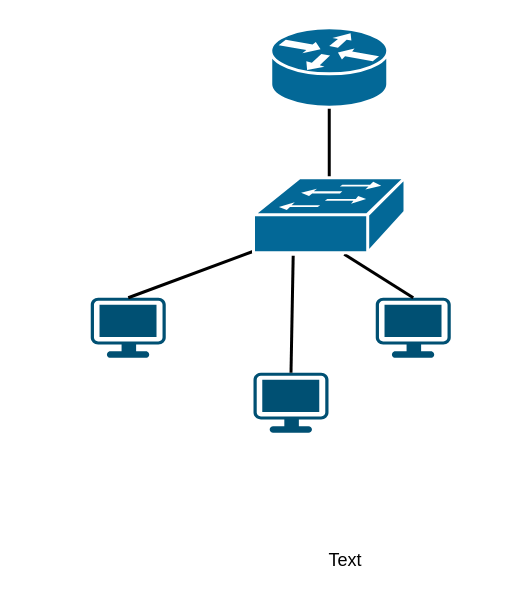
Earlier version of the draw.io diagram StartingOut.drawio (VanDaemon/NetworkDiagrams). Source tidied: cells renumbered, new cells numbered last; positions are measured from the earlier drawing's top-left corner, leaving out a move shared by most shapes. Both pictures are drawn from the tidied source at 150%, with x=0, y=0 at pixel (90, 27).
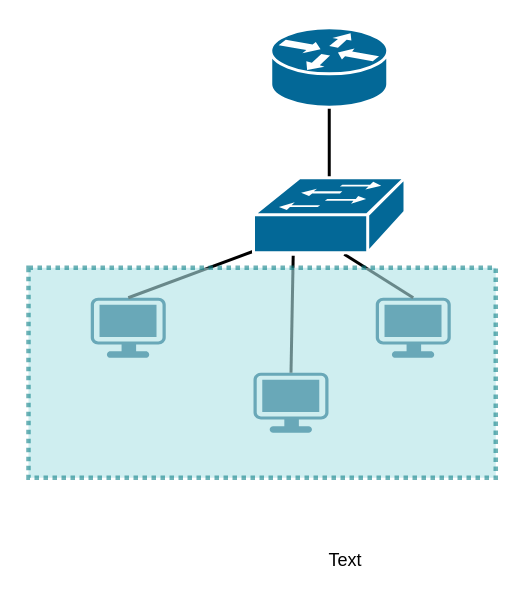
The same page after the edit.

Change to the diagram source:
```diff
@@
 <mxGraphModel>
   <root>
     <mxCell id="0" />
     <mxCell id="1" parent="0" />
     <mxCell id="2" style="points=[[0.03,0.03,0],[0.5,0,0],[0.97,0.03,0],[1,0.4,0],[0.97,0.745,0],[0.5,1,0],[0.03,0.745,0],[0,0.4,0]];verticalLabelPosition=bottom;sketch=0;html=1;verticalAlign=top;align=center;shape=mxgraph.cisco19.workstation;fillColor=#005073;strokeColor=none;" parent="1" vertex="1">
       <mxGeometry y="180" width="50" height="40" as="geometry" />
     </mxCell>
     <mxCell id="3" style="points=[[0.03,0.03,0],[0.5,0,0],[0.97,0.03,0],[1,0.4,0],[0.97,0.745,0],[0.5,1,0],[0.03,0.745,0],[0,0.4,0]];verticalLabelPosition=bottom;sketch=0;html=1;verticalAlign=top;align=center;shape=mxgraph.cisco19.workstation;fillColor=#005073;strokeColor=none;" parent="1" vertex="1">
       <mxGeometry x="108.5" y="230" width="50" height="40" as="geometry" />
     </mxCell>
     <mxCell id="4" style="points=[[0.03,0.03,0],[0.5,0,0],[0.97,0.03,0],[1,0.4,0],[0.97,0.745,0],[0.5,1,0],[0.03,0.745,0],[0,0.4,0]];verticalLabelPosition=bottom;sketch=0;html=1;verticalAlign=top;align=center;shape=mxgraph.cisco19.workstation;fillColor=#005073;strokeColor=none;" parent="1" vertex="1">
       <mxGeometry x="190" y="180" width="50" height="40" as="geometry" />
     </mxCell>
     <mxCell id="5" style="html=1;rounded=0;entryX=0.5;entryY=0;entryDx=0;entryDy=0;entryPerimeter=0;startArrow=none;startFill=0;endArrow=none;endFill=0;strokeWidth=2;endSize=3;startSize=3;exitX=0.599;exitY=1.02;exitDx=0;exitDy=0;exitPerimeter=0;" parent="1" edge="1" source="11" target="4">
       <mxGeometry relative="1" as="geometry" />
     </mxCell>
     <mxCell id="6" style="shape=link;html=1;rounded=0;entryX=0.25;entryY=1;entryDx=0;entryDy=0;entryPerimeter=0;exitX=0.5;exitY=0;exitDx=0;exitDy=0;exitPerimeter=0;strokeColor=none;strokeWidth=6;" parent="1" edge="1" source="2">
       <mxGeometry relative="1" as="geometry">
         <mxPoint x="132.5" y="190" as="targetPoint" />
       </mxGeometry>
     </mxCell>
     <mxCell id="7" style="html=1;rounded=0;exitX=0.5;exitY=0;exitDx=0;exitDy=0;exitPerimeter=0;strokeWidth=2;endArrow=none;endFill=0;entryX=0.262;entryY=1.04;entryDx=0;entryDy=0;entryPerimeter=0;" parent="1" edge="1" source="3" target="11">
       <mxGeometry relative="1" as="geometry" />
     </mxCell>
     <mxCell id="8" style="html=1;rounded=0;entryX=0.5;entryY=1;entryDx=0;entryDy=0;entryPerimeter=0;startArrow=none;startFill=0;endArrow=none;endFill=0;strokeWidth=2;endSize=3;startSize=3;" parent="1" edge="1" source="11" target="10">
       <mxGeometry relative="1" as="geometry" />
     </mxCell>
     <mxCell id="9" style="endArrow=none;startArrow=none;html=1;rounded=0;exitX=0.5;exitY=0;exitDx=0;exitDy=0;exitPerimeter=0;entryX=0;entryY=0.98;entryDx=0;entryDy=0;entryPerimeter=0;strokeWidth=2;startFill=0;endFill=0;endSize=3;startSize=3;" parent="1" edge="1" source="2" target="11">
       <mxGeometry relative="1" as="geometry" />
     </mxCell>
     <mxCell id="10" style="shape=mxgraph.cisco.routers.router;sketch=0;html=1;dashed=0;fillColor=#036897;strokeColor=#ffffff;strokeWidth=2;verticalLabelPosition=bottom;verticalAlign=top;align=center;outlineConnect=0;" parent="1" vertex="1">
       <mxGeometry x="120" width="78" height="53" as="geometry" />
     </mxCell>
     <mxCell id="11" style="shape=mxgraph.cisco.switches.workgroup_switch;sketch=0;html=1;dashed=0;fillColor=#036897;strokeColor=#ffffff;strokeWidth=2;verticalLabelPosition=bottom;verticalAlign=top;align=center;outlineConnect=0;" parent="1" vertex="1">
       <mxGeometry x="108.5" y="100" width="101" height="50" as="geometry" />
     </mxCell>
     <mxCell id="12" value="Text" style="text;strokeColor=none;align=center;fillColor=none;html=1;verticalAlign=middle;whiteSpace=wrap;rounded=0;" parent="1" vertex="1">
       <mxGeometry x="140" y="340" width="60" height="30" as="geometry" />
     </mxCell>
+    <mxCell id="13" style="rounded=0;whiteSpace=wrap;html=1;glass=0;shadow=0;opacity=60;dashed=1;strokeWidth=3;perimeterSpacing=3;fixDash=1;fillColor=#b0e3e6;strokeColor=#0e8088;fillStyle=auto;" parent="1" vertex="1">
+      <mxGeometry x="-41.5" y="160" width="311.5" height="140" as="geometry" />
+    </mxCell>
   </root>
 </mxGraphModel>
```
